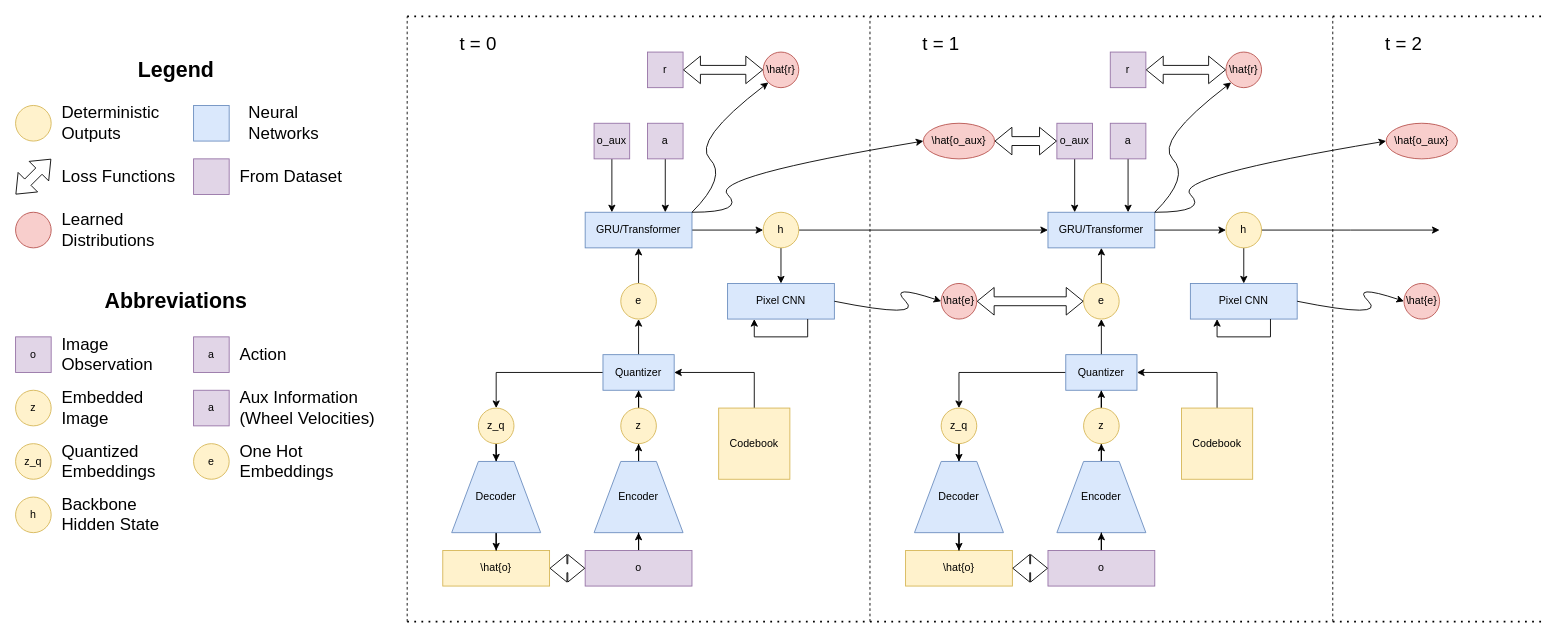
Above: V2 training.drawio in jjshoots/PhD-Project-Architecture (draw.io), before the change. Source tidied: cells renumbered, new cells numbered last; positions are measured from the earlier drawing's top-left corner, leaving out a move shared by most shapes. Both pictures are drawn from the tidied source at 89%, with x=0, y=0 at pixel (15, 16).
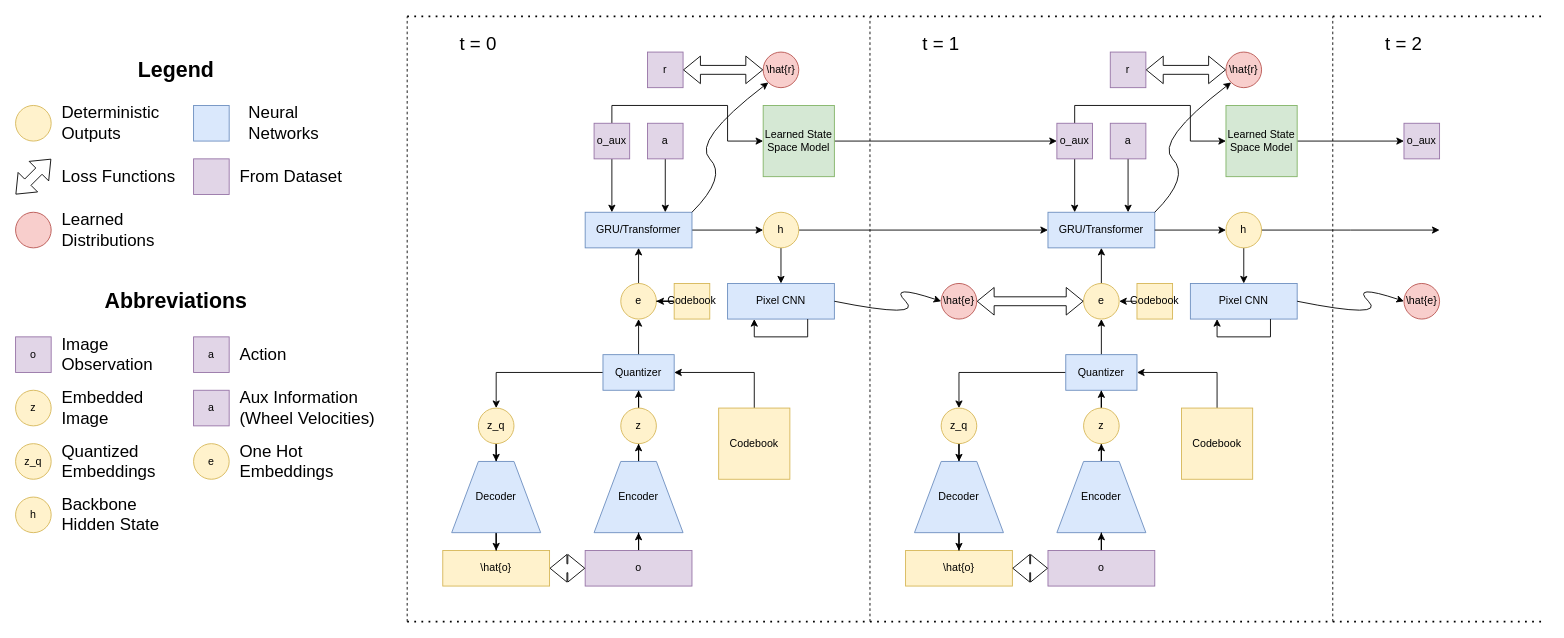
After the change.

Unchanged cells that the change refers to:
```xml
<mxCell id="10" value="GRU/Transformer" style="rounded=0;whiteSpace=wrap;html=1;fillColor=#dae8fc;strokeColor=#6c8ebf;" parent="1" vertex="1">
  <mxGeometry x="640" y="220" width="120" height="40" as="geometry" />
</mxCell>
<mxCell id="12" value="o_aux" style="whiteSpace=wrap;html=1;direction=south;fillColor=#e1d5e7;strokeColor=#9673a6;" parent="1" vertex="1">
  <mxGeometry x="650" y="120" width="40" height="40" as="geometry" />
</mxCell>
<mxCell id="24" value="e" style="ellipse;whiteSpace=wrap;html=1;fillColor=#fff2cc;strokeColor=#d6b656;" parent="1" vertex="1">
  <mxGeometry x="680" y="300" width="40" height="40" as="geometry" />
</mxCell>
<mxCell id="31" value="GRU/Transformer" style="rounded=0;whiteSpace=wrap;html=1;fillColor=#dae8fc;strokeColor=#6c8ebf;" parent="1" vertex="1">
  <mxGeometry x="1160" y="220" width="120" height="40" as="geometry" />
</mxCell>
<mxCell id="33" value="o_aux" style="whiteSpace=wrap;html=1;direction=south;fillColor=#e1d5e7;strokeColor=#9673a6;" parent="1" vertex="1">
  <mxGeometry x="1170" y="120" width="40" height="40" as="geometry" />
</mxCell>
<mxCell id="58" value="e" style="ellipse;whiteSpace=wrap;html=1;fillColor=#fff2cc;strokeColor=#d6b656;" parent="1" vertex="1">
  <mxGeometry x="1200" y="300" width="40" height="40" as="geometry" />
</mxCell>
```

Diff of the diagram source:
```diff
@@
+    <mxCell id="114" style="edgeStyle=orthogonalEdgeStyle;rounded=0;jettySize=auto;html=1;entryX=0;entryY=0.5;entryDx=0;entryDy=0;" parent="1" edge="1" source="12" target="121">
+      <mxGeometry relative="1" as="geometry">
+        <Array as="points">
+          <mxPoint x="670" y="100" />
+          <mxPoint x="800" y="100" />
+          <mxPoint x="800" y="140" />
+        </Array>
+      </mxGeometry>
+    </mxCell>
@@
-    <mxCell id="27" style="curved=1;endArrow=classic;html=1;strokeColor=#000000;exitX=1;exitY=0;exitDx=0;exitDy=0;entryX=0.5;entryY=1;entryDx=0;entryDy=0;" parent="1" edge="1" source="10" target="36">
-      <mxGeometry relative="1" as="geometry">
-        <Array as="points">
-          <mxPoint x="820" y="220" />
-          <mxPoint x="780" y="180" />
-        </Array>
-      </mxGeometry>
-    </mxCell>
@@
+    <mxCell id="115" style="edgeStyle=orthogonalEdgeStyle;rounded=0;jettySize=auto;html=1;entryX=0;entryY=0.5;entryDx=0;entryDy=0;" parent="1" edge="1" source="33" target="123">
+      <mxGeometry relative="1" as="geometry">
+        <Array as="points">
+          <mxPoint x="1190" y="100" />
+          <mxPoint x="1320" y="100" />
+          <mxPoint x="1320" y="140" />
+        </Array>
+      </mxGeometry>
+    </mxCell>
@@
-    <mxCell id="36" value="\hat{o_aux}" style="ellipse;whiteSpace=wrap;html=1;direction=south;fillColor=#f8cecc;strokeColor=#b85450;" parent="1" vertex="1">
-      <mxGeometry x="1020" y="120" width="80" height="40" as="geometry" />
-    </mxCell>
@@
-    <mxCell id="62" style="curved=1;endArrow=classic;html=1;strokeColor=#000000;entryX=0.5;entryY=1;entryDx=0;entryDy=0;exitX=1;exitY=0;exitDx=0;exitDy=0;" parent="1" edge="1" source="31" target="66">
-      <mxGeometry relative="1" as="geometry">
-        <Array as="points">
-          <mxPoint x="1340" y="220" />
-          <mxPoint x="1300" y="180" />
-        </Array>
-      </mxGeometry>
-    </mxCell>
@@
-    <mxCell id="66" value="\hat{o_aux}" style="ellipse;whiteSpace=wrap;html=1;direction=south;fillColor=#f8cecc;strokeColor=#b85450;" parent="1" vertex="1">
-      <mxGeometry x="1540" y="120" width="80" height="40" as="geometry" />
-    </mxCell>
@@
-    <mxCell id="75" style="shape=flexArrow;endArrow=classic;startArrow=classic;html=1;strokeColor=#000000;exitX=0.5;exitY=0;exitDx=0;exitDy=0;entryX=0.5;entryY=1;entryDx=0;entryDy=0;" parent="1" edge="1" source="36" target="33">
-      <mxGeometry relative="1" as="geometry" />
-    </mxCell>
@@
+    <mxCell id="116" style="edgeStyle=orthogonalEdgeStyle;rounded=0;jettySize=auto;html=1;" parent="1" edge="1" source="117" target="24">
+      <mxGeometry relative="1" as="geometry" />
+    </mxCell>
+    <mxCell id="117" value="Codebook" style="whiteSpace=wrap;html=1;fillColor=#fff2cc;strokeColor=#d6b656;" parent="1" vertex="1">
+      <mxGeometry x="740" y="300" width="40" height="40" as="geometry" />
+    </mxCell>
+    <mxCell id="118" style="edgeStyle=orthogonalEdgeStyle;rounded=0;jettySize=auto;html=1;exitX=0;exitY=0.5;exitDx=0;exitDy=0;entryX=1;entryY=0.5;entryDx=0;entryDy=0;" parent="1" edge="1" source="119" target="58">
+      <mxGeometry relative="1" as="geometry" />
+    </mxCell>
+    <mxCell id="119" value="Codebook" style="whiteSpace=wrap;html=1;fillColor=#fff2cc;strokeColor=#d6b656;" parent="1" vertex="1">
+      <mxGeometry x="1260" y="300" width="40" height="40" as="geometry" />
+    </mxCell>
+    <mxCell id="120" style="edgeStyle=orthogonalEdgeStyle;rounded=0;jettySize=auto;html=1;entryX=0.5;entryY=1;entryDx=0;entryDy=0;" parent="1" edge="1" source="121" target="33">
+      <mxGeometry relative="1" as="geometry" />
+    </mxCell>
+    <mxCell id="121" value="Learned State Space Model" style="rounded=0;whiteSpace=wrap;html=1;fillColor=#d5e8d4;strokeColor=#82b366;" parent="1" vertex="1">
+      <mxGeometry x="840" y="100" width="80" height="80" as="geometry" />
+    </mxCell>
+    <mxCell id="122" style="edgeStyle=orthogonalEdgeStyle;rounded=0;jettySize=auto;html=1;entryX=0.5;entryY=1;entryDx=0;entryDy=0;" parent="1" edge="1" source="123" target="124">
+      <mxGeometry relative="1" as="geometry" />
+    </mxCell>
+    <mxCell id="123" value="Learned State Space Model" style="rounded=0;whiteSpace=wrap;html=1;fillColor=#d5e8d4;strokeColor=#82b366;" parent="1" vertex="1">
+      <mxGeometry x="1360" y="100" width="80" height="80" as="geometry" />
+    </mxCell>
+    <mxCell id="124" value="o_aux" style="whiteSpace=wrap;html=1;direction=south;fillColor=#e1d5e7;strokeColor=#9673a6;" parent="1" vertex="1">
+      <mxGeometry x="1560" y="120" width="40" height="40" as="geometry" />
+    </mxCell>
```
